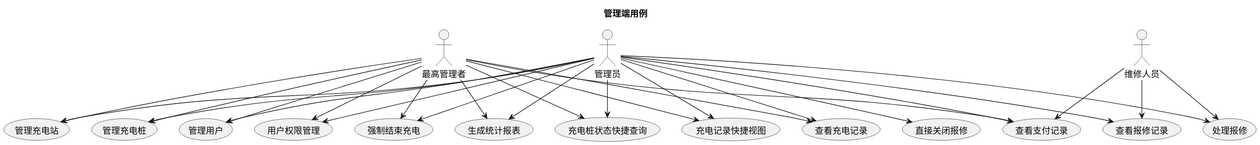
The PlantUML diagram usecase/docs/overview/img/admin_usecases.svg in greenhandzdl/charging-station-doc, before a commit. The source it was exported from:
```plantuml
@startuml
skinparam defaultFontName "Noto Sans CJK SC"
skinparam defaultFontSize 14
title 管理端用例
skinparam useCaseShape rectangle

actor "管理员" as A
actor "最高管理者" as SA
actor "维修人员" as M

usecase "管理充电站" as MS
usecase "管理充电桩" as MC
usecase "管理用户" as MU
usecase "用户权限管理" as PM
usecase "处理报修" as HR
usecase "直接关闭报修" as DCR
usecase "查看报修记录" as VR
usecase "强制结束充电" as FSC
usecase "生成统计报表" as GS
usecase "充电桩状态快捷查询" as QC
usecase "充电记录快捷视图" as QV
usecase "查看支付记录" as VPR
usecase "查看充电记录" as VCR

A --> MS
A --> MC
A --> MU
A --> PM
A --> HR
A --> DCR
A --> VR
A --> FSC
A --> VPR
A --> GS
A --> QC
A --> QV
A --> VCR
SA --> MS
SA --> MC
SA --> PM
SA --> MU
SA --> VPR
SA --> GS
SA --> FSC
SA --> QC
SA --> QV
SA --> VCR
M --> HR
M --> VR
M --> VPR
@enduml
```
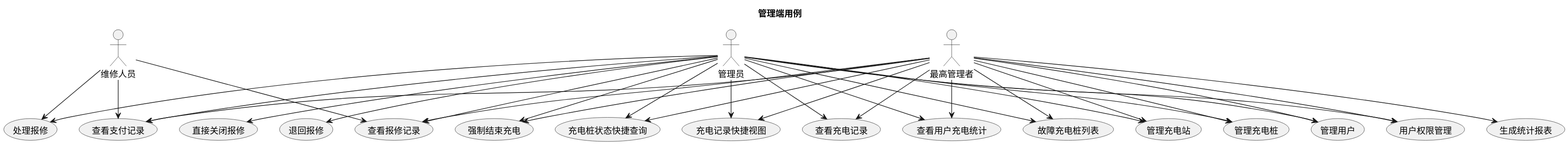
After the change.

Diff of the diagram source:
```diff
@@ -21,6 +21,9 @@
 usecase "充电记录快捷视图" as QV
 usecase "查看支付记录" as VPR
 usecase "查看充电记录" as VCR
+usecase "查看用户充电统计" as UCS
+usecase "故障充电桩列表" as FCL
+usecase "退回报修" as RR
 
 A --> MS
 A --> MC
@@ -31,20 +34,25 @@
 A --> VR
 A --> FSC
 A --> VPR
-A --> GS
 A --> QC
 A --> QV
 A --> VCR
+A --> UCS
+A --> RR
+A --> FCL
+SA --> FCL
 SA --> MS
 SA --> MC
 SA --> PM
 SA --> MU
 SA --> VPR
+SA --> VR
 SA --> GS
 SA --> FSC
 SA --> QC
 SA --> QV
 SA --> VCR
+SA --> UCS
 M --> HR
 M --> VR
 M --> VPR
```
